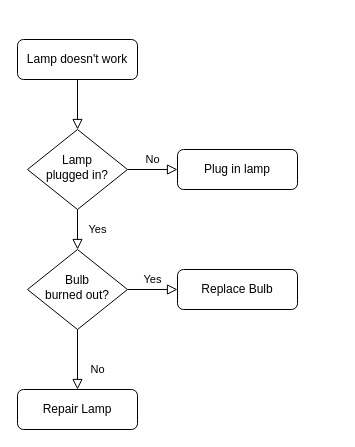
Before: Untitled Diagram.drawio in SiddBW09/APCSP-Flowcharts, a draw.io diagram. Source tidied: cells renumbered, new cells numbered last; positions are measured from the earlier drawing's top-left corner, leaving out a move shared by most shapes. Both pictures are drawn from the tidied source at 100%, with x=0, y=0 at pixel (17, 39).
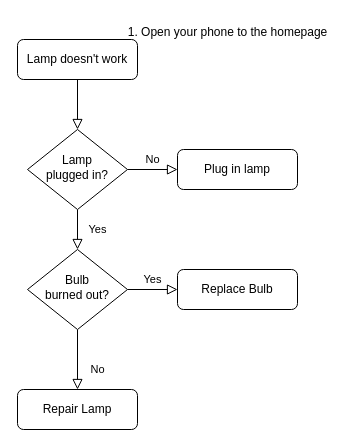
Above is the later version.

Change to the diagram source:
```diff
@@
 <mxGraphModel>
   <root>
     <mxCell id="0" />
     <mxCell id="1" parent="0" />
     <mxCell id="2" style="rounded=0;html=1;jettySize=auto;fontSize=11;endArrow=block;endFill=0;endSize=8;strokeWidth=1;shadow=0;labelBackgroundColor=none;edgeStyle=orthogonalEdgeStyle;" parent="1" edge="1" source="3" target="6">
       <mxGeometry relative="1" as="geometry" />
     </mxCell>
     <mxCell id="3" value="Lamp doesn't work" style="rounded=1;whiteSpace=wrap;html=1;fontSize=12;glass=0;strokeWidth=1;shadow=0;" parent="1" vertex="1">
       <mxGeometry width="120" height="40" as="geometry" />
     </mxCell>
     <mxCell id="4" value="Yes" style="rounded=0;html=1;jettySize=auto;fontSize=11;endArrow=block;endFill=0;endSize=8;strokeWidth=1;shadow=0;labelBackgroundColor=none;edgeStyle=orthogonalEdgeStyle;" parent="1" edge="1" source="6" target="10">
       <mxGeometry y="20" relative="1" as="geometry" />
     </mxCell>
     <mxCell id="5" value="No" style="edgeStyle=orthogonalEdgeStyle;rounded=0;html=1;jettySize=auto;fontSize=11;endArrow=block;endFill=0;endSize=8;strokeWidth=1;shadow=0;labelBackgroundColor=none;" parent="1" edge="1" source="6" target="7">
       <mxGeometry y="10" relative="1" as="geometry" />
     </mxCell>
     <mxCell id="6" value="Lamp&lt;br&gt;plugged in?" style="rhombus;whiteSpace=wrap;html=1;shadow=0;fontFamily=Helvetica;fontSize=12;align=center;strokeWidth=1;spacing=6;spacingTop=-4;" parent="1" vertex="1">
       <mxGeometry x="10" y="90" width="100" height="80" as="geometry" />
     </mxCell>
     <mxCell id="7" value="Plug in lamp" style="rounded=1;whiteSpace=wrap;html=1;fontSize=12;glass=0;strokeWidth=1;shadow=0;" parent="1" vertex="1">
       <mxGeometry x="160" y="110" width="120" height="40" as="geometry" />
     </mxCell>
     <mxCell id="8" value="No" style="rounded=0;html=1;jettySize=auto;fontSize=11;endArrow=block;endFill=0;endSize=8;strokeWidth=1;shadow=0;labelBackgroundColor=none;edgeStyle=orthogonalEdgeStyle;" parent="1" edge="1" source="10" target="11">
       <mxGeometry x="0.33" y="20" relative="1" as="geometry" />
     </mxCell>
     <mxCell id="9" value="Yes" style="edgeStyle=orthogonalEdgeStyle;rounded=0;html=1;jettySize=auto;fontSize=11;endArrow=block;endFill=0;endSize=8;strokeWidth=1;shadow=0;labelBackgroundColor=none;" parent="1" edge="1" source="10" target="12">
       <mxGeometry y="10" relative="1" as="geometry" />
     </mxCell>
     <mxCell id="10" value="Bulb&lt;br&gt;burned out?" style="rhombus;whiteSpace=wrap;html=1;shadow=0;fontFamily=Helvetica;fontSize=12;align=center;strokeWidth=1;spacing=6;spacingTop=-4;" parent="1" vertex="1">
       <mxGeometry x="10" y="210" width="100" height="80" as="geometry" />
     </mxCell>
     <mxCell id="11" value="Repair Lamp" style="rounded=1;whiteSpace=wrap;html=1;fontSize=12;glass=0;strokeWidth=1;shadow=0;" parent="1" vertex="1">
       <mxGeometry y="350" width="120" height="40" as="geometry" />
     </mxCell>
     <mxCell id="12" value="Replace Bulb" style="rounded=1;whiteSpace=wrap;html=1;fontSize=12;glass=0;strokeWidth=1;shadow=0;" parent="1" vertex="1">
       <mxGeometry x="160" y="230" width="120" height="40" as="geometry" />
     </mxCell>
+    <mxCell id="13" value="1. Open your phone to the homepage" style="text;html=1;align=center;verticalAlign=middle;strokeColor=none;fillColor=none;" parent="1" vertex="1">
+      <mxGeometry x="100" y="-22" width="220" height="30" as="geometry" />
+    </mxCell>
   </root>
 </mxGraphModel>
```
